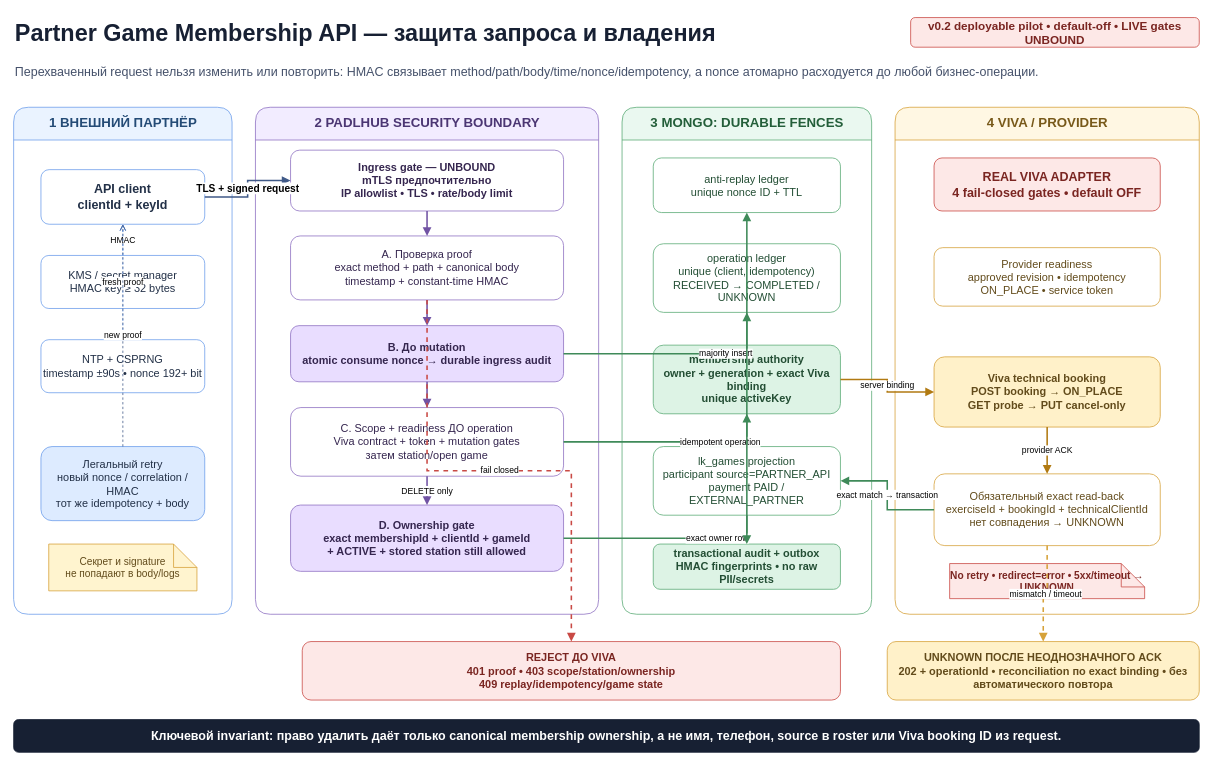
This is docs/assets/partner-game-membership-security.drawio from Z6v6e6r/lk, a draw.io file, before an edit. Source tidied: cells renumbered, new cells numbered last; positions are measured from the earlier drawing's top-left corner, leaving out a move shared by most shapes. Both pictures are drawn from the tidied source at 78%, with x=0, y=0 at pixel (13, 13).
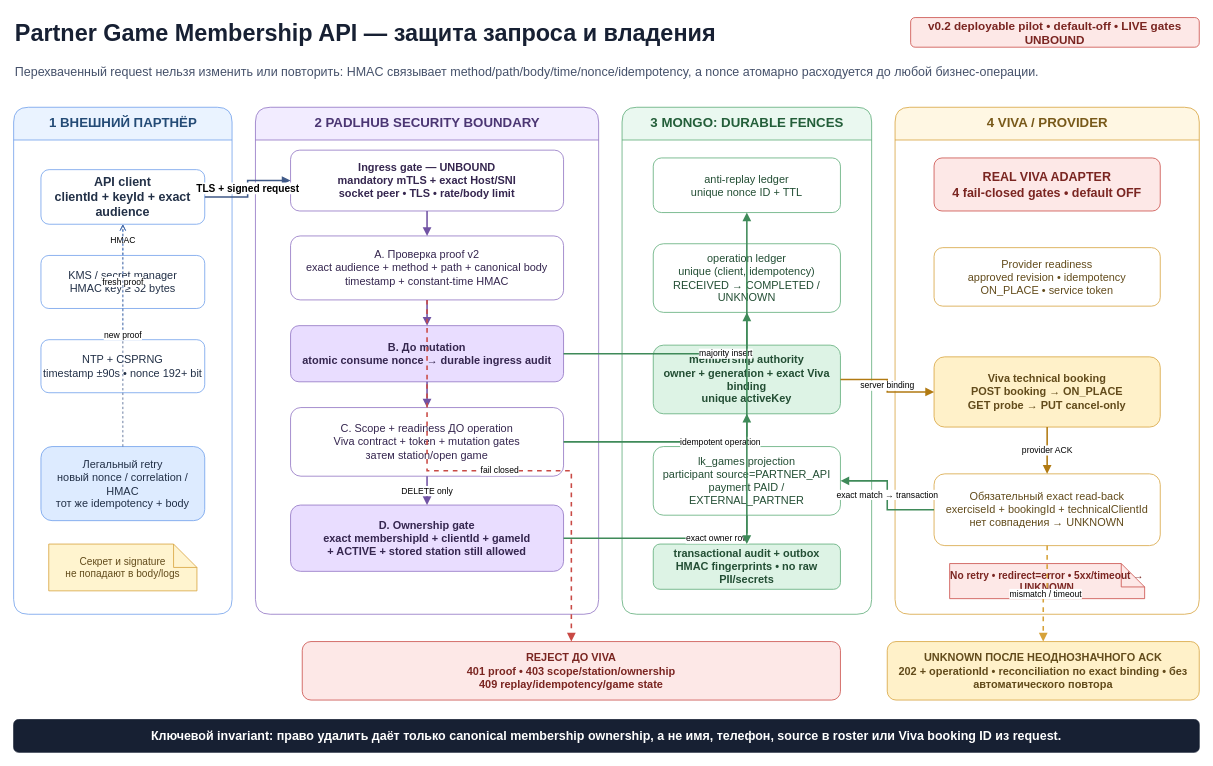
Above is the later version.

Unchanged cells that the change refers to:
```xml
<mxCell id="5" value="1  ВНЕШНИЙ ПАРТНЁР" style="swimlane;html=1;rounded=1;startSize=42;horizontal=1;fillColor=#EAF3FF;strokeColor=#6D9EEB;fontColor=#244B76;fontSize=17;fontStyle=1;" parent="1" vertex="1">
  <mxGeometry y="120" width="280" height="650" as="geometry" />
</mxCell>
<mxCell id="6" value="2  PADLHUB SECURITY BOUNDARY" style="swimlane;html=1;rounded=1;startSize=42;horizontal=1;fillColor=#F2ECFF;strokeColor=#8E70C1;fontColor=#4B3673;fontSize=17;fontStyle=1;" parent="1" vertex="1">
  <mxGeometry x="310" y="120" width="440" height="650" as="geometry" />
</mxCell>
```

Diff of the diagram source:
```diff
@@
-    <mxCell id="9" value="API client&#10;clientId + keyId" style="rounded=1;whiteSpace=wrap;html=1;fillColor=#FFFFFF;strokeColor=#6D9EEB;fontSize=16;fontStyle=1;fontColor=#223047;" parent="5" vertex="1">
+    <mxCell id="9" value="API client&#10;clientId + keyId + exact audience" style="rounded=1;whiteSpace=wrap;html=1;fillColor=#FFFFFF;strokeColor=#6D9EEB;fontSize=16;fontStyle=1;fontColor=#223047;" parent="5" vertex="1">
       <mxGeometry x="35" y="80" width="210" height="70" as="geometry" />
     </mxCell>
@@
-    <mxCell id="14" value="Ingress gate — UNBOUND&#10;mTLS предпочтительно&#10;IP allowlist • TLS • rate/body limit" style="rounded=1;whiteSpace=wrap;html=1;fillColor=#FFFFFF;strokeColor=#8E70C1;fontSize=14;fontStyle=1;fontColor=#35264F;" parent="6" vertex="1">
+    <mxCell id="14" value="Ingress gate — UNBOUND&#10;mandatory mTLS + exact Host/SNI&#10;socket peer • TLS • rate/body limit" style="rounded=1;whiteSpace=wrap;html=1;fillColor=#FFFFFF;strokeColor=#8E70C1;fontSize=14;fontStyle=1;fontColor=#35264F;" parent="6" vertex="1">
       <mxGeometry x="45" y="55" width="350" height="78" as="geometry" />
     </mxCell>
-    <mxCell id="15" value="A. Проверка proof&#10;exact method + path + canonical body&#10;timestamp + constant-time HMAC" style="rounded=1;whiteSpace=wrap;html=1;fillColor=#FFFFFF;strokeColor=#8E70C1;fontSize=14;fontColor=#35264F;" parent="6" vertex="1">
+    <mxCell id="15" value="A. Проверка proof v2&#10;exact audience + method + path + canonical body&#10;timestamp + constant-time HMAC" style="rounded=1;whiteSpace=wrap;html=1;fillColor=#FFFFFF;strokeColor=#8E70C1;fontSize=14;fontColor=#35264F;" parent="6" vertex="1">
       <mxGeometry x="45" y="165" width="350" height="82" as="geometry" />
     </mxCell>
```
